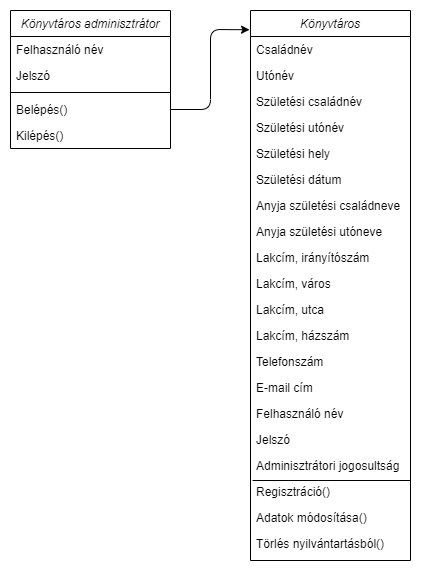
BoCiMaja/AFP2020_1_Lev_Csop2 keeps this draw.io diagram as Doc/image/konyvtaros_adminisztrator_hatarosztalyai.png. Above is the earlier version. Source tidied: cells renumbered, new cells last; positions are measured from the earlier drawing's top-left corner, leaving out a move shared by most shapes. Source of this version:
```xml
<mxGraphModel>
  <root>
    <mxCell id="0" />
    <mxCell id="1" parent="0" />
    <mxCell id="2" value="Könyvtáros adminisztrátor" style="swimlane;fontStyle=2;align=center;verticalAlign=top;horizontal=1;startSize=26;rounded=0;shadow=0;strokeWidth=1;" parent="1" vertex="1">
      <mxGeometry width="160" height="138" as="geometry" />
    </mxCell>
    <mxCell id="3" value="Felhasználó név" style="text;align=left;verticalAlign=top;spacingLeft=4;spacingRight=4;overflow=hidden;" parent="2" vertex="1">
      <mxGeometry y="26" width="160" height="26" as="geometry" />
    </mxCell>
    <mxCell id="4" value="Jelszó" style="text;align=left;verticalAlign=top;spacingLeft=4;spacingRight=4;overflow=hidden;rounded=0;shadow=0;html=0;" parent="2" vertex="1">
      <mxGeometry y="52" width="160" height="26" as="geometry" />
    </mxCell>
    <mxCell id="5" style="line;html=1;strokeWidth=1;align=left;verticalAlign=middle;spacingTop=-1;spacingLeft=3;spacingRight=3;labelPosition=right;" parent="2" vertex="1">
      <mxGeometry y="78" width="160" height="8" as="geometry" />
    </mxCell>
    <mxCell id="6" value="Belépés()" style="text;align=left;verticalAlign=top;spacingLeft=4;spacingRight=4;overflow=hidden;points=[[0,0.5],[1,0.5]];portConstraint=eastwest;" parent="2" vertex="1">
      <mxGeometry y="86" width="160" height="26" as="geometry" />
    </mxCell>
    <mxCell id="7" value="Kilépés()" style="text;align=left;verticalAlign=top;spacingLeft=4;spacingRight=4;overflow=hidden;" parent="2" vertex="1">
      <mxGeometry y="112" width="160" height="26" as="geometry" />
    </mxCell>
    <mxCell id="8" value="Könyvtáros" style="swimlane;fontStyle=2;align=center;verticalAlign=top;horizontal=1;startSize=26;rounded=0;shadow=0;strokeWidth=1;" parent="1" vertex="1">
      <mxGeometry x="240" width="160" height="550" as="geometry" />
    </mxCell>
    <mxCell id="9" value="Családnév" style="text;align=left;verticalAlign=top;spacingLeft=4;spacingRight=4;overflow=hidden;" parent="8" vertex="1">
      <mxGeometry y="26" width="160" height="26" as="geometry" />
    </mxCell>
    <mxCell id="10" value="Utónév&#10;" style="text;align=left;verticalAlign=top;spacingLeft=4;spacingRight=4;overflow=hidden;rounded=0;shadow=0;html=0;" parent="8" vertex="1">
      <mxGeometry y="52" width="160" height="26" as="geometry" />
    </mxCell>
    <mxCell id="11" value="Születési családnév" style="text;align=left;verticalAlign=top;spacingLeft=4;spacingRight=4;overflow=hidden;rounded=0;shadow=0;html=0;" parent="8" vertex="1">
      <mxGeometry y="78" width="160" height="26" as="geometry" />
    </mxCell>
    <mxCell id="12" value="Születési utónév" style="text;align=left;verticalAlign=top;spacingLeft=4;spacingRight=4;overflow=hidden;rounded=0;shadow=0;html=0;" parent="8" vertex="1">
      <mxGeometry y="104" width="160" height="26" as="geometry" />
    </mxCell>
    <mxCell id="13" value="Születési hely" style="text;align=left;verticalAlign=top;spacingLeft=4;spacingRight=4;overflow=hidden;rounded=0;shadow=0;html=0;" parent="8" vertex="1">
      <mxGeometry y="130" width="160" height="26" as="geometry" />
    </mxCell>
    <mxCell id="14" value="Születési dátum" style="text;align=left;verticalAlign=top;spacingLeft=4;spacingRight=4;overflow=hidden;rounded=0;shadow=0;html=0;" parent="8" vertex="1">
      <mxGeometry y="156" width="160" height="26" as="geometry" />
    </mxCell>
    <mxCell id="15" value="Anyja születési családneve" style="text;align=left;verticalAlign=top;spacingLeft=4;spacingRight=4;overflow=hidden;rounded=0;shadow=0;html=0;" parent="8" vertex="1">
      <mxGeometry y="182" width="160" height="26" as="geometry" />
    </mxCell>
    <mxCell id="16" value="Anyja születési utóneve" style="text;align=left;verticalAlign=top;spacingLeft=4;spacingRight=4;overflow=hidden;rounded=0;shadow=0;html=0;" parent="8" vertex="1">
      <mxGeometry y="208" width="160" height="26" as="geometry" />
    </mxCell>
    <mxCell id="17" value="Lakcím, irányítószám" style="text;align=left;verticalAlign=top;spacingLeft=4;spacingRight=4;overflow=hidden;rounded=0;shadow=0;html=0;" parent="8" vertex="1">
      <mxGeometry y="234" width="160" height="26" as="geometry" />
    </mxCell>
    <mxCell id="18" value="Lakcím, város" style="text;align=left;verticalAlign=top;spacingLeft=4;spacingRight=4;overflow=hidden;rounded=0;shadow=0;html=0;" parent="8" vertex="1">
      <mxGeometry y="260" width="160" height="26" as="geometry" />
    </mxCell>
    <mxCell id="19" value="Lakcím, utca" style="text;align=left;verticalAlign=top;spacingLeft=4;spacingRight=4;overflow=hidden;rounded=0;shadow=0;html=0;" parent="8" vertex="1">
      <mxGeometry y="286" width="160" height="26" as="geometry" />
    </mxCell>
    <mxCell id="20" value="Lakcím, házszám" style="text;align=left;verticalAlign=top;spacingLeft=4;spacingRight=4;overflow=hidden;rounded=0;shadow=0;html=0;" parent="8" vertex="1">
      <mxGeometry y="312" width="160" height="26" as="geometry" />
    </mxCell>
    <mxCell id="21" value="Telefonszám" style="text;align=left;verticalAlign=top;spacingLeft=4;spacingRight=4;overflow=hidden;rounded=0;shadow=0;html=0;" parent="8" vertex="1">
      <mxGeometry y="338" width="160" height="26" as="geometry" />
    </mxCell>
    <mxCell id="22" value="E-mail cím" style="text;align=left;verticalAlign=top;spacingLeft=4;spacingRight=4;overflow=hidden;rounded=0;shadow=0;html=0;" parent="8" vertex="1">
      <mxGeometry y="364" width="160" height="26" as="geometry" />
    </mxCell>
    <mxCell id="23" value="Felhasználó név" style="text;align=left;verticalAlign=top;spacingLeft=4;spacingRight=4;overflow=hidden;rounded=0;shadow=0;html=0;" parent="8" vertex="1">
      <mxGeometry y="390" width="160" height="26" as="geometry" />
    </mxCell>
    <mxCell id="24" value="Jelszó" style="text;align=left;verticalAlign=top;spacingLeft=4;spacingRight=4;overflow=hidden;rounded=0;shadow=0;html=0;" parent="8" vertex="1">
      <mxGeometry y="416" width="160" height="26" as="geometry" />
    </mxCell>
    <mxCell id="25" value="Adminisztrátori jogosultság" style="text;align=left;verticalAlign=top;spacingLeft=4;spacingRight=4;overflow=hidden;rounded=0;shadow=0;html=0;" parent="8" vertex="1">
      <mxGeometry y="442" width="160" height="26" as="geometry" />
    </mxCell>
    <mxCell id="26" value="Regisztráció()" style="text;align=left;verticalAlign=top;spacingLeft=4;spacingRight=4;overflow=hidden;points=[[0,0.5],[1,0.5]];portConstraint=eastwest;rounded=0;shadow=0;html=0;" parent="8" vertex="1">
      <mxGeometry y="468" width="160" height="26" as="geometry" />
    </mxCell>
    <mxCell id="27" value="Adatok módosítása()" style="text;align=left;verticalAlign=top;spacingLeft=4;spacingRight=4;overflow=hidden;rounded=0;shadow=0;html=0;" parent="8" vertex="1">
      <mxGeometry y="494" width="160" height="26" as="geometry" />
    </mxCell>
    <mxCell id="28" value="Törlés nyilvántartásból()" style="text;align=left;verticalAlign=top;spacingLeft=4;spacingRight=4;overflow=hidden;rounded=0;shadow=0;html=0;" parent="8" vertex="1">
      <mxGeometry y="520" width="160" height="28" as="geometry" />
    </mxCell>
    <mxCell id="29" style="endArrow=none;html=1;exitX=0.013;exitY=0.077;exitDx=0;exitDy=0;exitPerimeter=0;entryX=1;entryY=0.077;entryDx=0;entryDy=0;entryPerimeter=0;" parent="8" edge="1" source="26" target="26">
      <mxGeometry relative="1" as="geometry" />
    </mxCell>
    <mxCell id="30" style="endArrow=classic;html=1;exitX=1;exitY=0.5;exitDx=0;exitDy=0;entryX=-0.006;entryY=0.035;entryDx=0;entryDy=0;entryPerimeter=0;" parent="1" edge="1" source="6" target="8">
      <mxGeometry relative="1" as="geometry">
        <Array as="points">
          <mxPoint x="200" y="99" />
          <mxPoint x="200" y="19" />
        </Array>
      </mxGeometry>
    </mxCell>
  </root>
</mxGraphModel>
```
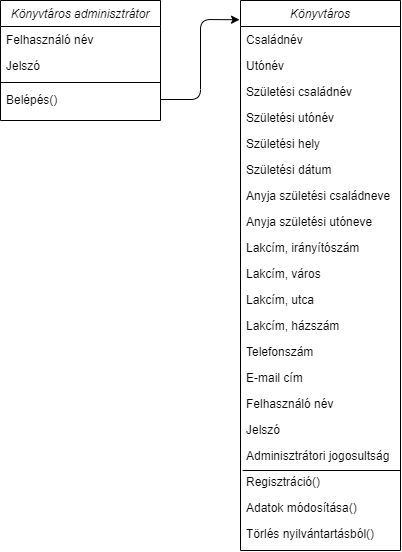
After the commit.

Diff of the diagram source:
```diff
@@ -3,7 +3,7 @@
     <mxCell id="0" />
     <mxCell id="1" parent="0" />
     <mxCell id="2" value="Könyvtáros adminisztrátor" style="swimlane;fontStyle=2;align=center;verticalAlign=top;horizontal=1;startSize=26;rounded=0;shadow=0;strokeWidth=1;" parent="1" vertex="1">
-      <mxGeometry width="160" height="138" as="geometry" />
+      <mxGeometry width="160" height="120" as="geometry" />
     </mxCell>
     <mxCell id="3" value="Felhasználó név" style="text;align=left;verticalAlign=top;spacingLeft=4;spacingRight=4;overflow=hidden;" parent="2" vertex="1">
       <mxGeometry y="26" width="160" height="26" as="geometry" />
@@ -17,9 +17,6 @@
     <mxCell id="6" value="Belépés()" style="text;align=left;verticalAlign=top;spacingLeft=4;spacingRight=4;overflow=hidden;points=[[0,0.5],[1,0.5]];portConstraint=eastwest;" parent="2" vertex="1">
       <mxGeometry y="86" width="160" height="26" as="geometry" />
     </mxCell>
-    <mxCell id="7" value="Kilépés()" style="text;align=left;verticalAlign=top;spacingLeft=4;spacingRight=4;overflow=hidden;" parent="2" vertex="1">
-      <mxGeometry y="112" width="160" height="26" as="geometry" />
-    </mxCell>
     <mxCell id="8" value="Könyvtáros" style="swimlane;fontStyle=2;align=center;verticalAlign=top;horizontal=1;startSize=26;rounded=0;shadow=0;strokeWidth=1;" parent="1" vertex="1">
       <mxGeometry x="240" width="160" height="550" as="geometry" />
     </mxCell>
```
